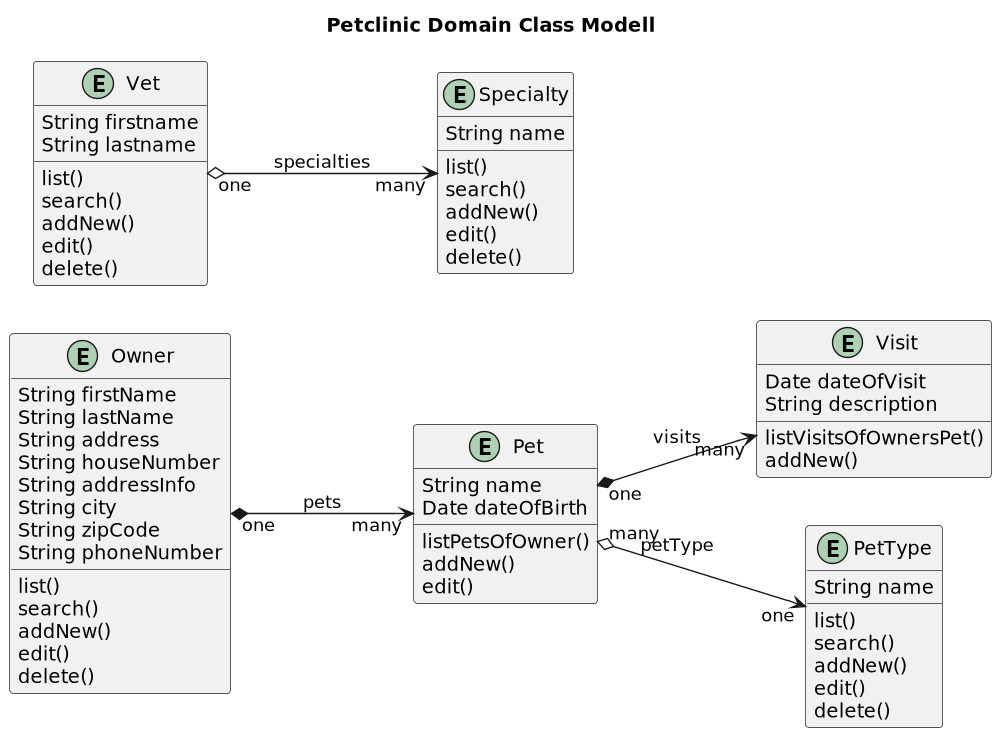
The PlantUML diagram etc/uml/Petclinic__Domain_Class_Modell-Petclinic_Domain_Class_Modell.png in Jakarta-EE-Petclinic/petclinic-uml, before a commit.
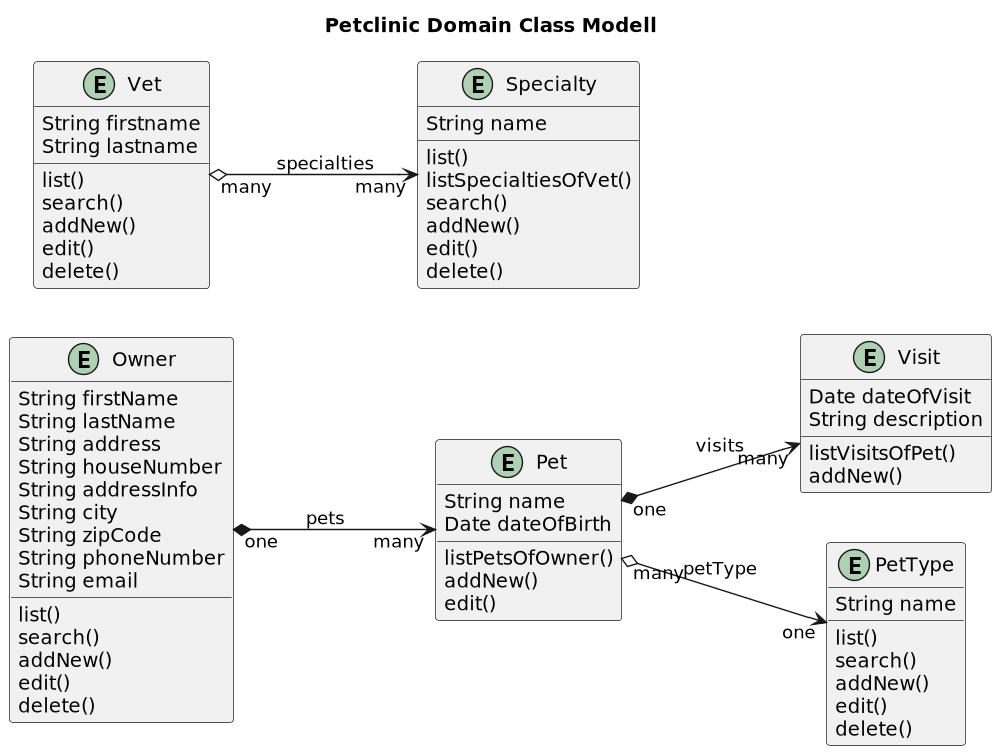
The same diagram one commit later.

The edit, as a diff of the source:
```diff
@@ -1,4 +1,5 @@
 @startuml
+
 
 title Petclinic Domain Class Modell
 
@@ -15,6 +16,7 @@
  String city
  String zipCode
  String phoneNumber
+ String email
  list()
  search()
  addNew()
@@ -33,8 +35,17 @@
 entity Visit {
     Date dateOfVisit
     String description
-    listVisitsOfOwnersPet()
+    listVisitsOfPet()
     addNew()
+}
+
+entity PetType {
+    String name
+    list()
+    search()
+    addNew()
+    edit()
+    delete()
 }
 
 entity Vet {
@@ -47,18 +58,11 @@
     delete()
 }
 
-entity PetType {
-    String name
-    list()
-    search()
-    addNew()
-    edit()
-    delete()
-}
 
 entity Specialty {
     String name
     list()
+    listSpecialtiesOfVet()
     search()
     addNew()
     edit()
@@ -68,5 +72,5 @@
 Owner "one"  *--> "many"  Pet: pets
 Pet "one" *--> "many" Visit: visits
 Pet "many"  o-->  "one" PetType: petType
-Vet "one" o--> "many" Specialty: specialties
+Vet "many" o--> "many" Specialty: specialties
 @enduml
```
